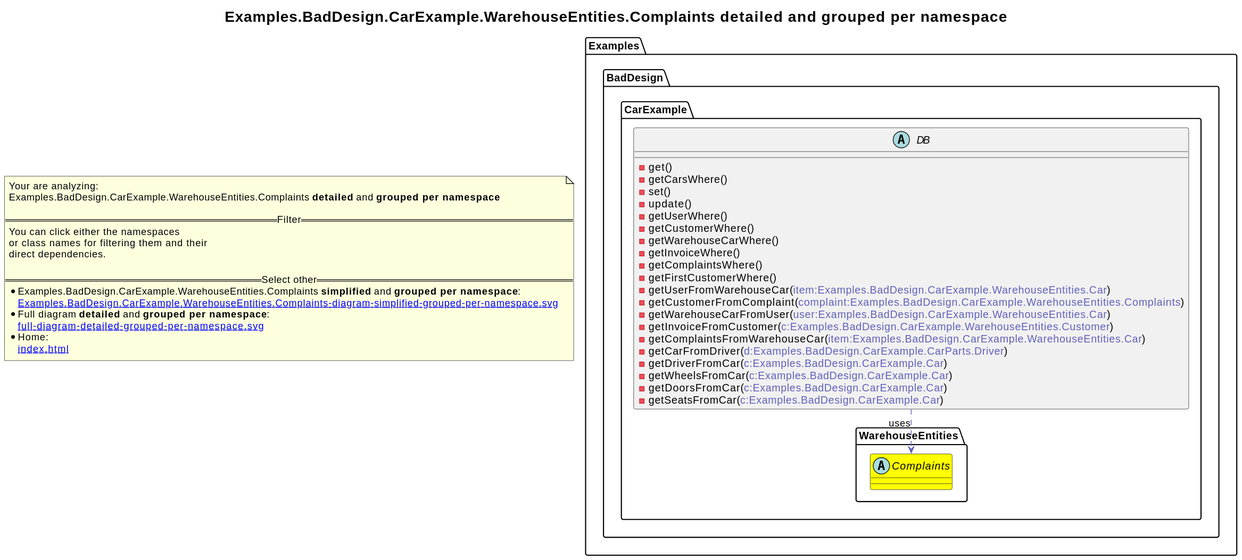
Before: revenger-csharp-adapter.out/Examples.BadDesign.CarExample.WarehouseEntities.Complaints-diagram-detailed-grouped-per-namespace.svg, a diagram exported from PlantUML (2BlackCoffees/revenger).
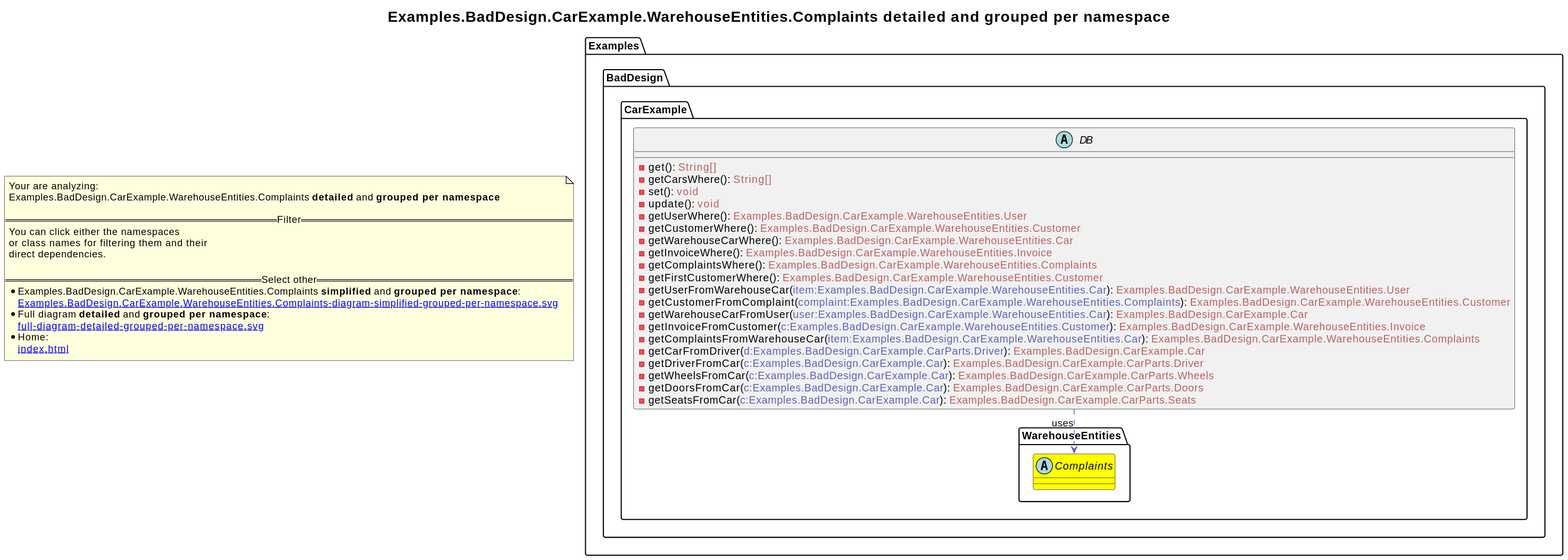
The same file after the commit.

What changed in the source:
```diff
@@ -6,26 +6,26 @@
 namespace Examples.BadDesign [[Examples.BadDesign-diagram-detailed-grouped-per-namespace.svg]] {
 namespace Examples.BadDesign.CarExample [[Examples.BadDesign.CarExample-diagram-detailed-grouped-per-namespace.svg]] {
     abstract class Examples.BadDesign.CarExample.DB [[Examples.BadDesign.CarExample.DB-diagram-detailed-grouped-per-namespace.svg]]  {
-      - get(<font color="6060BB"></font>)
-      - getCarsWhere(<font color="6060BB"></font>)
-      - set(<font color="6060BB"></font>)
-      - update(<font color="6060BB"></font>)
-      - getUserWhere(<font color="6060BB"></font>)
-      - getCustomerWhere(<font color="6060BB"></font>)
-      - getWarehouseCarWhere(<font color="6060BB"></font>)
-      - getInvoiceWhere(<font color="6060BB"></font>)
-      - getComplaintsWhere(<font color="6060BB"></font>)
-      - getFirstCustomerWhere(<font color="6060BB"></font>)
-      - getUserFromWarehouseCar(<font color="6060BB">item:Examples.BadDesign.CarExample.WarehouseEntities.Car</font>)
-      - getCustomerFromComplaint(<font color="6060BB">complaint:Examples.BadDesign.CarExample.WarehouseEntities.Complaints</font>)
-      - getWarehouseCarFromUser(<font color="6060BB">user:Examples.BadDesign.CarExample.WarehouseEntities.Car</font>)
-      - getInvoiceFromCustomer(<font color="6060BB">c:Examples.BadDesign.CarExample.WarehouseEntities.Customer</font>)
-      - getComplaintsFromWarehouseCar(<font color="6060BB">item:Examples.BadDesign.CarExample.WarehouseEntities.Car</font>)
-      - getCarFromDriver(<font color="6060BB">d:Examples.BadDesign.CarExample.CarParts.Driver</font>)
-      - getDriverFromCar(<font color="6060BB">c:Examples.BadDesign.CarExample.Car</font>)
-      - getWheelsFromCar(<font color="6060BB">c:Examples.BadDesign.CarExample.Car</font>)
-      - getDoorsFromCar(<font color="6060BB">c:Examples.BadDesign.CarExample.Car</font>)
-      - getSeatsFromCar(<font color="6060BB">c:Examples.BadDesign.CarExample.Car</font>)
+      - get(<font color="6060BB"></font>): <font color="BB6060">String[]</font>
+      - getCarsWhere(<font color="6060BB"></font>): <font color="BB6060">String[]</font>
+      - set(<font color="6060BB"></font>): <font color="BB6060">void</font>
+      - update(<font color="6060BB"></font>): <font color="BB6060">void</font>
+      - getUserWhere(<font color="6060BB"></font>): <font color="BB6060">Examples.BadDesign.CarExample.WarehouseEntities.User</font>
+      - getCustomerWhere(<font color="6060BB"></font>): <font color="BB6060">Examples.BadDesign.CarExample.WarehouseEntities.Customer</font>
+      - getWarehouseCarWhere(<font color="6060BB"></font>): <font color="BB6060">Examples.BadDesign.CarExample.WarehouseEntities.Car</font>
+      - getInvoiceWhere(<font color="6060BB"></font>): <font color="BB6060">Examples.BadDesign.CarExample.WarehouseEntities.Invoice</font>
+      - getComplaintsWhere(<font color="6060BB"></font>): <font color="BB6060">Examples.BadDesign.CarExample.WarehouseEntities.Complaints</font>
+      - getFirstCustomerWhere(<font color="6060BB"></font>): <font color="BB6060">Examples.BadDesign.CarExample.WarehouseEntities.Customer</font>
+      - getUserFromWarehouseCar(<font color="6060BB">item:Examples.BadDesign.CarExample.WarehouseEntities.Car</font>): <font color="BB6060">Examples.BadDesign.CarExample.WarehouseEntities.User</font>
+      - getCustomerFromComplaint(<font color="6060BB">complaint:Examples.BadDesign.CarExample.WarehouseEntities.Complaints</font>): <font color="BB6060">Examples.BadDesign.CarExample.WarehouseEntities.Customer</font>
+      - getWarehouseCarFromUser(<font color="6060BB">user:Examples.BadDesign.CarExample.WarehouseEntities.Car</font>): <font color="BB6060">Examples.BadDesign.CarExample.Car</font>
+      - getInvoiceFromCustomer(<font color="6060BB">c:Examples.BadDesign.CarExample.WarehouseEntities.Customer</font>): <font color="BB6060">Examples.BadDesign.CarExample.WarehouseEntities.Invoice</font>
+      - getComplaintsFromWarehouseCar(<font color="6060BB">item:Examples.BadDesign.CarExample.WarehouseEntities.Car</font>): <font color="BB6060">Examples.BadDesign.CarExample.WarehouseEntities.Complaints</font>
+      - getCarFromDriver(<font color="6060BB">d:Examples.BadDesign.CarExample.CarParts.Driver</font>): <font color="BB6060">Examples.BadDesign.CarExample.Car</font>
+      - getDriverFromCar(<font color="6060BB">c:Examples.BadDesign.CarExample.Car</font>): <font color="BB6060">Examples.BadDesign.CarExample.CarParts.Driver</font>
+      - getWheelsFromCar(<font color="6060BB">c:Examples.BadDesign.CarExample.Car</font>): <font color="BB6060">Examples.BadDesign.CarExample.CarParts.Wheels</font>
+      - getDoorsFromCar(<font color="6060BB">c:Examples.BadDesign.CarExample.Car</font>): <font color="BB6060">Examples.BadDesign.CarExample.CarParts.Doors</font>
+      - getSeatsFromCar(<font color="6060BB">c:Examples.BadDesign.CarExample.Car</font>): <font color="BB6060">Examples.BadDesign.CarExample.CarParts.Seats</font>
     }
 }
 }
```
